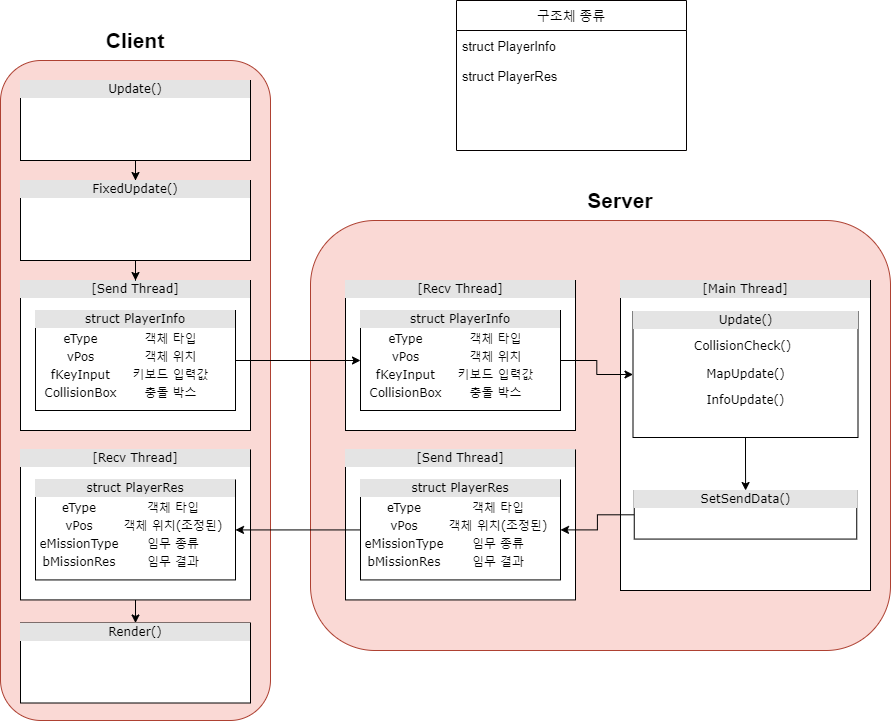
Above: 네트워크 게임 프로그래밍/Term Project/low-high diagram.png in sungzzuu/2021-2 (draw.io), before the change. Source tidied: cells renumbered, new cells last; positions are measured from the earlier drawing's top-left corner, leaving out a move shared by most shapes.
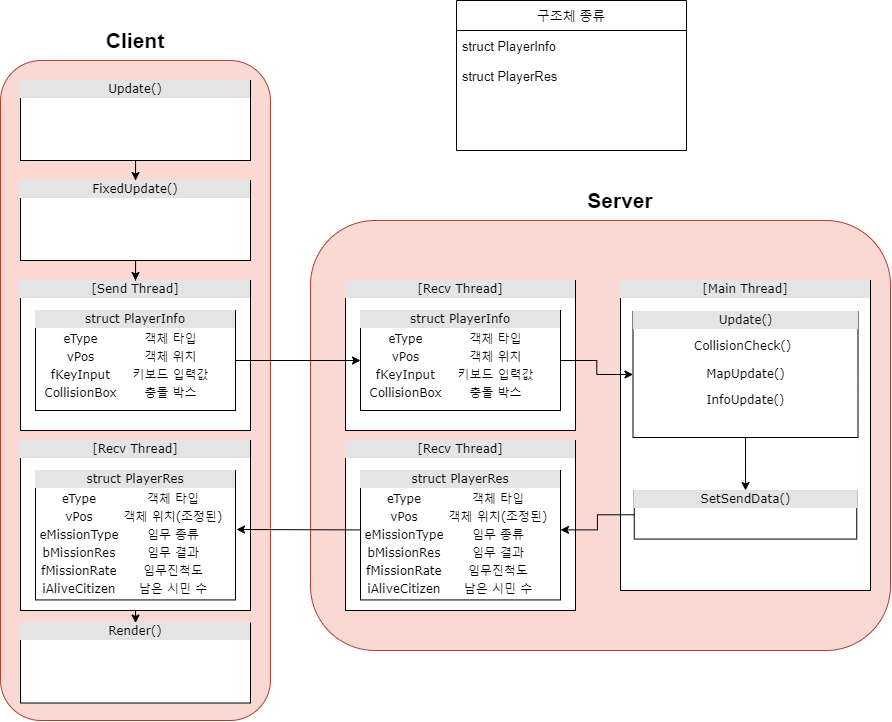
Later version of the same file.

The edit, as a diff of the source:
```diff
@@ -5,9 +5,6 @@
     <mxCell id="2" style="rounded=1;whiteSpace=wrap;html=1;labelBackgroundColor=#D4E1F5;fontSize=14;fillColor=#fad9d5;align=center;strokeColor=#ae4132;" parent="1" vertex="1">
       <mxGeometry x="310" y="220" width="580" height="430" as="geometry" />
     </mxCell>
-    <mxCell id="3" value="&lt;div style=&quot;text-align: center ; box-sizing: border-box ; width: 100% ; background: rgb(228 , 228 , 228) ; padding: 2px&quot;&gt;[Send Thread]&lt;/div&gt;&lt;table style=&quot;text-align: center ; width: 100% ; font-size: 1em&quot; cellpadding=&quot;2&quot; cellspacing=&quot;0&quot;&gt;&lt;tbody&gt;&lt;/tbody&gt;&lt;/table&gt;" style="verticalAlign=top;align=left;overflow=fill;html=1;rounded=0;shadow=0;comic=0;labelBackgroundColor=none;strokeWidth=1;fontFamily=Verdana;fontSize=12;fillColor=default;" parent="1" vertex="1">
-      <mxGeometry x="345" y="449.4" width="230" height="150" as="geometry" />
-    </mxCell>
     <mxCell id="4" value="&lt;div style=&quot;text-align: center ; box-sizing: border-box ; width: 100% ; background: rgb(228 , 228 , 228) ; padding: 2px&quot;&gt;[Recv Thread]&lt;/div&gt;&lt;table style=&quot;text-align: center ; width: 100% ; font-size: 1em&quot; cellpadding=&quot;2&quot; cellspacing=&quot;0&quot;&gt;&lt;tbody&gt;&lt;/tbody&gt;&lt;/table&gt;" style="verticalAlign=top;align=left;overflow=fill;html=1;rounded=0;shadow=0;comic=0;labelBackgroundColor=none;strokeWidth=1;fontFamily=Verdana;fontSize=12;fillColor=default;" parent="1" vertex="1">
       <mxGeometry x="345" y="280" width="230" height="150" as="geometry" />
     </mxCell>
@@ -36,17 +33,11 @@
       <mxGeometry relative="1" as="geometry" />
     </mxCell>
     <mxCell id="13" value="&lt;div style=&quot;text-align: center ; box-sizing: border-box ; width: 100% ; background: rgb(228 , 228 , 228) ; padding: 2px&quot;&gt;[Recv Thread]&lt;/div&gt;&lt;table style=&quot;text-align: center ; width: 100% ; font-size: 1em&quot; cellpadding=&quot;2&quot; cellspacing=&quot;0&quot;&gt;&lt;tbody&gt;&lt;/tbody&gt;&lt;/table&gt;" style="verticalAlign=top;align=left;overflow=fill;html=1;rounded=0;shadow=0;comic=0;labelBackgroundColor=none;strokeWidth=1;fontFamily=Verdana;fontSize=12;" parent="1" vertex="1">
-      <mxGeometry x="20" y="449.4" width="230" height="150" as="geometry" />
+      <mxGeometry x="20" y="440" width="230" height="170" as="geometry" />
     </mxCell>
     <mxCell id="14" style="edgeStyle=orthogonalEdgeStyle;rounded=0;orthogonalLoop=1;jettySize=auto;html=1;exitX=0.5;exitY=1;exitDx=0;exitDy=0;fontSize=14;" parent="1" edge="1" source="13" target="13">
       <mxGeometry relative="1" as="geometry" />
     </mxCell>
-    <mxCell id="15" style="endArrow=classic;html=1;rounded=0;fontSize=14;entryX=1;entryY=0.5;entryDx=0;entryDy=0;" parent="1" edge="1">
-      <mxGeometry relative="1" as="geometry">
-        <mxPoint x="360" y="529.4" as="sourcePoint" />
-        <mxPoint x="235" y="529.4" as="targetPoint" />
-      </mxGeometry>
-    </mxCell>
     <mxCell id="16" style="edgeStyle=orthogonalEdgeStyle;rounded=0;jettySize=auto;html=1;fontSize=13;" parent="1" edge="1" source="17" target="19">
       <mxGeometry relative="1" as="geometry" />
     </mxCell>
@@ -64,8 +55,8 @@
     <mxCell id="20" value="&lt;div style=&quot;text-align: center ; box-sizing: border-box ; width: 100% ; background: rgb(228 , 228 , 228) ; padding: 2px&quot;&gt;Render()&lt;/div&gt;&lt;span style=&quot;font-size: 0px ; font-family: monospace ; color: rgba(0 , 0 , 0 , 0)&quot;&gt;%3CmxGraphModel%3E%3Croot%3E%3CmxCell%20id%3D%220%22%2F%3E%3CmxCell%20id%3D%221%22%20parent%3D%220%22%2F%3E%3CmxCell%20id%3D%222%22%20value%3D%22%26lt%3Bdiv%20style%3D%26quot%3Btext-align%3A%20center%20%3B%20box-sizing%3A%20border-box%20%3B%20width%3A%20100%25%20%3B%20background%3A%20rgb(228%20%2C%20228%20%2C%20228)%20%3B%20padding%3A%202px%26quot%3B%26gt%3B%5BSend%20Thread%5D%26lt%3B%2Fdiv%26gt%3B%26lt%3Btable%20style%3D%26quot%3Btext-align%3A%20center%20%3B%20width%3A%20100%25%20%3B%20font-size%3A%201em%26quot%3B%20cellpadding%3D%26quot%3B2%26quot%3B%20cellspacing%3D%26quot%3B0%26quot%3B%26gt%3B%26lt%3Btbody%26gt%3B%26lt%3B%2Ftbody%26gt%3B%26lt%3B%2Ftable%26gt%3B%22%20style%3D%22verticalAlign%3Dtop%3Balign%3Dleft%3Boverflow%3Dfill%3Bhtml%3D1%3Brounded%3D0%3Bshadow%3D0%3Bcomic%3D0%3BlabelBackgroundColor%3Dnone%3BstrokeWidth%3D1%3BfontFamily%3DVerdana%3BfontSize%3D12%22%20vertex%3D%221%22%20parent%3D%221%22%3E%3CmxGeometry%20x%3D%2280%22%20y%3D%22425%22%20width%3D%22230%22%20height%3D%22150%22%20as%3D%22geometry%22%2F%3E%3C%2FmxCell%3E%3C%2Froot%3E%3C%2FmxGraphModel%3E&lt;/span&gt;&lt;table style=&quot;text-align: center ; width: 100% ; font-size: 1em&quot; cellpadding=&quot;2&quot; cellspacing=&quot;0&quot;&gt;&lt;tbody&gt;&lt;/tbody&gt;&lt;/table&gt;" style="verticalAlign=top;align=left;overflow=fill;html=1;rounded=0;shadow=0;comic=0;labelBackgroundColor=none;strokeWidth=1;fontFamily=Verdana;fontSize=12;" parent="1" vertex="1">
       <mxGeometry x="20" y="622.5" width="230" height="80" as="geometry" />
     </mxCell>
-    <mxCell id="21" value="&lt;div style=&quot;box-sizing: border-box ; width: 100% ; background: #e4e4e4 ; padding: 2px&quot;&gt;struct PlayerRes&lt;/div&gt;&lt;table style=&quot;width: 100% ; font-size: 1em&quot; cellpadding=&quot;2&quot; cellspacing=&quot;0&quot;&gt;&lt;tbody&gt;&lt;tr&gt;&lt;td&gt;&lt;table cellpadding=&quot;2&quot; cellspacing=&quot;0&quot; style=&quot;font-size: 1em ; width: 180px&quot;&gt;&lt;tbody&gt;&lt;tr&gt;&lt;td&gt;eType&lt;/td&gt;&lt;td&gt;객체 타입&lt;/td&gt;&lt;/tr&gt;&lt;tr&gt;&lt;td&gt;vPos&lt;/td&gt;&lt;td&gt;객체 위치(조정된)&lt;/td&gt;&lt;/tr&gt;&lt;tr&gt;&lt;td&gt;eMissionType&lt;/td&gt;&lt;td&gt;임무 종류&lt;/td&gt;&lt;/tr&gt;&lt;tr&gt;&lt;td&gt;bMissionRes&lt;/td&gt;&lt;td&gt;임무 결과&lt;/td&gt;&lt;/tr&gt;&lt;/tbody&gt;&lt;/table&gt;&lt;/td&gt;&lt;td&gt;&lt;br&gt;&lt;/td&gt;&lt;/tr&gt;&lt;tr&gt;&lt;td&gt;&lt;br&gt;&lt;/td&gt;&lt;td&gt;&lt;br&gt;&lt;/td&gt;&lt;/tr&gt;&lt;tr&gt;&lt;td&gt;&lt;br&gt;&lt;/td&gt;&lt;td&gt;&lt;br&gt;&lt;/td&gt;&lt;/tr&gt;&lt;tr&gt;&lt;td&gt;&lt;br&gt;&lt;/td&gt;&lt;td&gt;&lt;br&gt;&lt;/td&gt;&lt;/tr&gt;&lt;tr&gt;&lt;td&gt;&lt;br&gt;&lt;/td&gt;&lt;td&gt;&lt;br&gt;&lt;/td&gt;&lt;/tr&gt;&lt;/tbody&gt;&lt;/table&gt;" style="verticalAlign=top;align=center;overflow=fill;html=1;rounded=0;shadow=0;comic=0;labelBackgroundColor=none;strokeWidth=1;fontFamily=Verdana;fontSize=12;" parent="1" vertex="1">
-      <mxGeometry x="35" y="479.4" width="200" height="100" as="geometry" />
+    <mxCell id="21" value="&lt;div style=&quot;box-sizing: border-box ; width: 100% ; background: #e4e4e4 ; padding: 2px&quot;&gt;struct PlayerRes&lt;/div&gt;&lt;table style=&quot;width: 100% ; font-size: 1em&quot; cellpadding=&quot;2&quot; cellspacing=&quot;0&quot;&gt;&lt;tbody&gt;&lt;tr&gt;&lt;td&gt;&lt;table cellpadding=&quot;2&quot; cellspacing=&quot;0&quot; style=&quot;font-size: 1em ; width: 180px&quot;&gt;&lt;tbody&gt;&lt;tr&gt;&lt;td&gt;eType&lt;/td&gt;&lt;td&gt;객체 타입&lt;/td&gt;&lt;/tr&gt;&lt;tr&gt;&lt;td&gt;vPos&lt;/td&gt;&lt;td&gt;객체 위치(조정된)&lt;/td&gt;&lt;/tr&gt;&lt;tr&gt;&lt;td&gt;eMissionType&lt;/td&gt;&lt;td&gt;임무 종류&lt;/td&gt;&lt;/tr&gt;&lt;tr&gt;&lt;td&gt;bMissionRes&lt;/td&gt;&lt;td&gt;임무 결과&lt;/td&gt;&lt;/tr&gt;&lt;tr&gt;&lt;td&gt;fMissionRate&lt;/td&gt;&lt;td&gt;임무진척도&lt;/td&gt;&lt;/tr&gt;&lt;tr&gt;&lt;td&gt;iAliveCitizen&lt;/td&gt;&lt;td&gt;남은 시민 수&lt;/td&gt;&lt;/tr&gt;&lt;/tbody&gt;&lt;/table&gt;&lt;/td&gt;&lt;td&gt;&lt;br&gt;&lt;/td&gt;&lt;/tr&gt;&lt;tr&gt;&lt;td&gt;&lt;br&gt;&lt;/td&gt;&lt;td&gt;&lt;br&gt;&lt;/td&gt;&lt;/tr&gt;&lt;tr&gt;&lt;td&gt;&lt;br&gt;&lt;/td&gt;&lt;td&gt;&lt;br&gt;&lt;/td&gt;&lt;/tr&gt;&lt;tr&gt;&lt;td&gt;&lt;br&gt;&lt;/td&gt;&lt;td&gt;&lt;br&gt;&lt;/td&gt;&lt;/tr&gt;&lt;tr&gt;&lt;td&gt;&lt;br&gt;&lt;/td&gt;&lt;td&gt;&lt;br&gt;&lt;/td&gt;&lt;/tr&gt;&lt;tr&gt;&lt;td&gt;&lt;br&gt;&lt;/td&gt;&lt;td&gt;&lt;br&gt;&lt;/td&gt;&lt;/tr&gt;&lt;/tbody&gt;&lt;/table&gt;" style="verticalAlign=top;align=center;overflow=fill;html=1;rounded=0;shadow=0;comic=0;labelBackgroundColor=none;strokeWidth=1;fontFamily=Verdana;fontSize=12;" parent="1" vertex="1">
+      <mxGeometry x="35" y="470" width="200" height="129.4" as="geometry" />
     </mxCell>
     <mxCell id="22" value="Server" style="rounded=0;whiteSpace=wrap;html=1;align=center;strokeColor=none;fillColor=none;fontSize=21;fontStyle=1;" parent="1" vertex="1">
       <mxGeometry x="560" y="180" width="120" height="40" as="geometry" />
@@ -94,17 +85,30 @@
     <mxCell id="30" value="&lt;div style=&quot;text-align: center ; box-sizing: border-box ; width: 100% ; background: rgb(228 , 228 , 228) ; padding: 2px&quot;&gt;Update()&lt;/div&gt;&lt;div style=&quot;text-align: center ; box-sizing: border-box ; width: 100% ; padding: 2px ; line-height: 2.2&quot;&gt;&lt;div style=&quot;box-sizing: border-box ; width: 215px ; padding: 2px&quot;&gt;&lt;span style=&quot;background-color: rgb(255 , 255 , 255)&quot;&gt;CollisionCheck()&lt;/span&gt;&lt;/div&gt;&lt;div&gt;&lt;span style=&quot;background-color: rgb(255 , 255 , 255)&quot;&gt;MapUpdate()&lt;/span&gt;&lt;/div&gt;&lt;div&gt;&lt;span style=&quot;background-color: rgb(255 , 255 , 255)&quot;&gt;InfoUpdate()&lt;/span&gt;&lt;/div&gt;&lt;span style=&quot;text-align: left ; background-color: rgb(248 , 249 , 250) ; color: rgba(0 , 0 , 0 , 0) ; font-family: monospace ; font-size: 0px&quot;&gt;&lt;/span&gt;&lt;/div&gt;&lt;span style=&quot;color: rgba(0 , 0 , 0 , 0) ; font-family: monospace ; font-size: 0px&quot;&gt;&lt;br&gt;&lt;br&gt;df%3CmxGraphModel%3E%3Croot%3E%3CmxCell%20id%3D%220%22%2F%3E%3CmxCell%20id%3D%221%22%20parent%3D%220%22%2F%3E%3CmxCell%20id%3D%222%22%20value%3D%22%26lt%3Bdiv%20style%3D%26quot%3Btext-align%3A%20center%20%3B%20box-sizing%3A%20border-box%20%3B%20width%3A%20100%25%20%3B%20background%3A%20rgb(228%20%2C%20228%20%2C%20228)%20%3B%20padding%3A%202px%26quot%3B%26gt%3B%5BSend%20Thread%5D%26lt%3B%2Fdiv%26gt%3B%26lt%3Btable%20style%3D%26quot%3Btext-align%3A%20center%20%3B%20width%3A%20100%25%20%3B%20font-size%3A%201em%26quot%3B%20cellpadding%3D%26quot%3B2%26quot%3B%20cellspacing%3D%26quot%3B0%26quot%3B%26gt%3B%26lt%3Btbody%26gt%3B%26lt%3B%2Ftbody%26gt%3B%26lt%3B%2Ftable%26gt%3B%22%20style%3D%22verticalAlign%3Dtop%3Balign%3Dleft%3Boverflow%3Dfill%3Bhtml%3D1%3Brounded%3D0%3Bshadow%3D0%3Bcomic%3D0%3BlabelBackgroundColor%3Dnone%3BstrokeWidth%3D1%3BfontFamily%3DVerdana%3BfontSize%3D12%22%20vertex%3D%221%22%20parent%3D%221%22%3E%3CmxGeometry%20x%3D%2280%22%20y%3D%22425%22%20width%3D%22230%22%20height%3D%22150%22%20as%3D%22geometry%22%2F%3E%3C%2FmxCell%3E%3C%2Froot%3E%3C%2FmxGraphModel%3E&lt;/span&gt;&lt;table style=&quot;text-align: center ; width: 100% ; font-size: 1em&quot; cellpadding=&quot;2&quot; cellspacing=&quot;0&quot;&gt;&lt;tbody&gt;&lt;/tbody&gt;&lt;/table&gt;" style="verticalAlign=top;align=left;overflow=fill;html=1;rounded=0;shadow=0;comic=0;labelBackgroundColor=none;strokeWidth=1;fontFamily=Verdana;fontSize=12;" parent="1" vertex="1">
       <mxGeometry x="632.5" y="311" width="225" height="126" as="geometry" />
     </mxCell>
-    <mxCell id="31" style="edgeStyle=orthogonalEdgeStyle;rounded=0;jettySize=auto;html=1;fontSize=13;" parent="1" edge="1" source="32" target="34">
-      <mxGeometry relative="1" as="geometry" />
-    </mxCell>
     <mxCell id="32" value="&lt;div style=&quot;text-align: center ; box-sizing: border-box ; width: 100% ; background: rgb(228 , 228 , 228) ; padding: 2px&quot;&gt;SetSendData()&lt;/div&gt;&lt;div style=&quot;text-align: center ; box-sizing: border-box ; width: 100% ; padding: 2px ; line-height: 2.2&quot;&gt;&lt;span style=&quot;text-align: left ; background-color: rgb(248 , 249 , 250) ; color: rgba(0 , 0 , 0 , 0) ; font-family: monospace ; font-size: 0px&quot;&gt;&lt;/span&gt;&lt;/div&gt;&lt;span style=&quot;color: rgba(0 , 0 , 0 , 0) ; font-family: monospace ; font-size: 0px&quot;&gt;&lt;br&gt;&lt;br&gt;df%3CmxGraphModel%3E%3Croot%3E%3CmxCell%20id%3D%220%22%2F%3E%3CmxCell%20id%3D%221%22%20parent%3D%220%22%2F%3E%3CmxCell%20id%3D%222%22%20value%3D%22%26lt%3Bdiv%20style%3D%26quot%3Btext-align%3A%20center%20%3B%20box-sizing%3A%20border-box%20%3B%20width%3A%20100%25%20%3B%20background%3A%20rgb(228%20%2C%20228%20%2C%20228)%20%3B%20padding%3A%202px%26quot%3B%26gt%3B%5BSend%20Thread%5D%26lt%3B%2Fdiv%26gt%3B%26lt%3Btable%20style%3D%26quot%3Btext-align%3A%20center%20%3B%20width%3A%20100%25%20%3B%20font-size%3A%201em%26quot%3B%20cellpadding%3D%26quot%3B2%26quot%3B%20cellspacing%3D%26quot%3B0%26quot%3B%26gt%3B%26lt%3Btbody%26gt%3B%26lt%3B%2Ftbody%26gt%3B%26lt%3B%2Ftable%26gt%3B%22%20style%3D%22verticalAlign%3Dtop%3Balign%3Dleft%3Boverflow%3Dfill%3Bhtml%3D1%3Brounded%3D0%3Bshadow%3D0%3Bcomic%3D0%3BlabelBackgroundColor%3Dnone%3BstrokeWidth%3D1%3BfontFamily%3DVerdana%3BfontSize%3D12%22%20vertex%3D%221%22%20parent%3D%221%22%3E%3CmxGeometry%20x%3D%2280%22%20y%3D%22425%22%20width%3D%22230%22%20height%3D%22150%22%20as%3D%22geometry%22%2F%3E%3C%2FmxCell%3E%3C%2Froot%3E%3C%2FmxGraphModel%3E&lt;/span&gt;&lt;table style=&quot;text-align: center ; width: 100% ; font-size: 1em&quot; cellpadding=&quot;2&quot; cellspacing=&quot;0&quot;&gt;&lt;tbody&gt;&lt;/tbody&gt;&lt;/table&gt;" style="verticalAlign=top;align=left;overflow=fill;html=1;rounded=0;shadow=0;comic=0;labelBackgroundColor=none;strokeWidth=1;fontFamily=Verdana;fontSize=12;" parent="1" vertex="1">
       <mxGeometry x="633.8" y="490" width="222.5" height="48.6" as="geometry" />
     </mxCell>
     <mxCell id="33" style="edgeStyle=orthogonalEdgeStyle;rounded=0;jettySize=auto;html=1;fontSize=13;entryX=0;entryY=0.5;entryDx=0;entryDy=0;" parent="1" edge="1" source="10" target="30">
       <mxGeometry relative="1" as="geometry" />
     </mxCell>
-    <mxCell id="34" value="&lt;div style=&quot;box-sizing: border-box ; width: 100% ; background: #e4e4e4 ; padding: 2px&quot;&gt;struct PlayerRes&lt;/div&gt;&lt;table style=&quot;width: 100% ; font-size: 1em&quot; cellpadding=&quot;2&quot; cellspacing=&quot;0&quot;&gt;&lt;tbody&gt;&lt;tr&gt;&lt;td&gt;&lt;table cellpadding=&quot;2&quot; cellspacing=&quot;0&quot; style=&quot;font-size: 1em ; width: 180px&quot;&gt;&lt;tbody&gt;&lt;tr&gt;&lt;td&gt;eType&lt;/td&gt;&lt;td&gt;객체 타입&lt;/td&gt;&lt;/tr&gt;&lt;tr&gt;&lt;td&gt;vPos&lt;/td&gt;&lt;td&gt;객체 위치(조정된)&lt;/td&gt;&lt;/tr&gt;&lt;tr&gt;&lt;td&gt;eMissionType&lt;/td&gt;&lt;td&gt;임무 종류&lt;/td&gt;&lt;/tr&gt;&lt;tr&gt;&lt;td&gt;bMissionRes&lt;/td&gt;&lt;td&gt;임무 결과&lt;/td&gt;&lt;/tr&gt;&lt;/tbody&gt;&lt;/table&gt;&lt;/td&gt;&lt;td&gt;&lt;br&gt;&lt;/td&gt;&lt;/tr&gt;&lt;tr&gt;&lt;td&gt;&lt;br&gt;&lt;/td&gt;&lt;td&gt;&lt;br&gt;&lt;/td&gt;&lt;/tr&gt;&lt;tr&gt;&lt;td&gt;&lt;br&gt;&lt;/td&gt;&lt;td&gt;&lt;br&gt;&lt;/td&gt;&lt;/tr&gt;&lt;tr&gt;&lt;td&gt;&lt;br&gt;&lt;/td&gt;&lt;td&gt;&lt;br&gt;&lt;/td&gt;&lt;/tr&gt;&lt;tr&gt;&lt;td&gt;&lt;br&gt;&lt;/td&gt;&lt;td&gt;&lt;br&gt;&lt;/td&gt;&lt;/tr&gt;&lt;/tbody&gt;&lt;/table&gt;" style="verticalAlign=top;align=center;overflow=fill;html=1;rounded=0;shadow=0;comic=0;labelBackgroundColor=none;strokeWidth=1;fontFamily=Verdana;fontSize=12;" parent="1" vertex="1">
-      <mxGeometry x="360" y="479.4" width="200" height="100" as="geometry" />
-    </mxCell>
+    <mxCell id="35" value="&lt;div style=&quot;text-align: center ; box-sizing: border-box ; width: 100% ; background: rgb(228 , 228 , 228) ; padding: 2px&quot;&gt;[Recv Thread]&lt;/div&gt;&lt;table style=&quot;text-align: center ; width: 100% ; font-size: 1em&quot; cellpadding=&quot;2&quot; cellspacing=&quot;0&quot;&gt;&lt;tbody&gt;&lt;/tbody&gt;&lt;/table&gt;" style="verticalAlign=top;align=left;overflow=fill;html=1;rounded=0;shadow=0;comic=0;labelBackgroundColor=none;strokeWidth=1;fontFamily=Verdana;fontSize=12;" parent="1" vertex="1">
+      <mxGeometry x="345" y="440" width="230" height="170" as="geometry" />
+    </mxCell>
+    <mxCell id="36" style="edgeStyle=orthogonalEdgeStyle;rounded=0;orthogonalLoop=1;jettySize=auto;html=1;exitX=0.5;exitY=1;exitDx=0;exitDy=0;fontSize=14;" parent="1" edge="1" source="35" target="35">
+      <mxGeometry relative="1" as="geometry" />
+    </mxCell>
+    <mxCell id="37" value="&lt;div style=&quot;box-sizing: border-box ; width: 100% ; background: #e4e4e4 ; padding: 2px&quot;&gt;struct PlayerRes&lt;/div&gt;&lt;table style=&quot;width: 100% ; font-size: 1em&quot; cellpadding=&quot;2&quot; cellspacing=&quot;0&quot;&gt;&lt;tbody&gt;&lt;tr&gt;&lt;td&gt;&lt;table cellpadding=&quot;2&quot; cellspacing=&quot;0&quot; style=&quot;font-size: 1em ; width: 180px&quot;&gt;&lt;tbody&gt;&lt;tr&gt;&lt;td&gt;eType&lt;/td&gt;&lt;td&gt;객체 타입&lt;/td&gt;&lt;/tr&gt;&lt;tr&gt;&lt;td&gt;vPos&lt;/td&gt;&lt;td&gt;객체 위치(조정된)&lt;/td&gt;&lt;/tr&gt;&lt;tr&gt;&lt;td&gt;eMissionType&lt;/td&gt;&lt;td&gt;임무 종류&lt;/td&gt;&lt;/tr&gt;&lt;tr&gt;&lt;td&gt;bMissionRes&lt;/td&gt;&lt;td&gt;임무 결과&lt;/td&gt;&lt;/tr&gt;&lt;tr&gt;&lt;td&gt;fMissionRate&lt;/td&gt;&lt;td&gt;임무진척도&lt;/td&gt;&lt;/tr&gt;&lt;tr&gt;&lt;td&gt;iAliveCitizen&lt;/td&gt;&lt;td&gt;남은 시민 수&lt;/td&gt;&lt;/tr&gt;&lt;/tbody&gt;&lt;/table&gt;&lt;/td&gt;&lt;td&gt;&lt;br&gt;&lt;/td&gt;&lt;/tr&gt;&lt;tr&gt;&lt;td&gt;&lt;br&gt;&lt;/td&gt;&lt;td&gt;&lt;br&gt;&lt;/td&gt;&lt;/tr&gt;&lt;tr&gt;&lt;td&gt;&lt;br&gt;&lt;/td&gt;&lt;td&gt;&lt;br&gt;&lt;/td&gt;&lt;/tr&gt;&lt;tr&gt;&lt;td&gt;&lt;br&gt;&lt;/td&gt;&lt;td&gt;&lt;br&gt;&lt;/td&gt;&lt;/tr&gt;&lt;tr&gt;&lt;td&gt;&lt;br&gt;&lt;/td&gt;&lt;td&gt;&lt;br&gt;&lt;/td&gt;&lt;/tr&gt;&lt;tr&gt;&lt;td&gt;&lt;br&gt;&lt;/td&gt;&lt;td&gt;&lt;br&gt;&lt;/td&gt;&lt;/tr&gt;&lt;/tbody&gt;&lt;/table&gt;" style="verticalAlign=top;align=center;overflow=fill;html=1;rounded=0;shadow=0;comic=0;labelBackgroundColor=none;strokeWidth=1;fontFamily=Verdana;fontSize=12;" parent="1" vertex="1">
+      <mxGeometry x="360" y="470" width="200" height="129.4" as="geometry" />
+    </mxCell>
+    <mxCell id="15" style="endArrow=classic;html=1;rounded=0;fontSize=14;exitX=0.001;exitY=0.459;exitDx=0;exitDy=0;exitPerimeter=0;" parent="1" edge="1" source="37">
+      <mxGeometry relative="1" as="geometry">
+        <mxPoint x="236" y="529" as="targetPoint" />
+      </mxGeometry>
+    </mxCell>
+    <mxCell id="31" style="edgeStyle=orthogonalEdgeStyle;rounded=0;jettySize=auto;html=1;fontSize=13;" parent="1" edge="1" source="32">
+      <mxGeometry relative="1" as="geometry">
+        <mxPoint x="560" y="529.4" as="targetPoint" />
+      </mxGeometry>
+    </mxCell>
   </root>
 </mxGraphModel>
```
